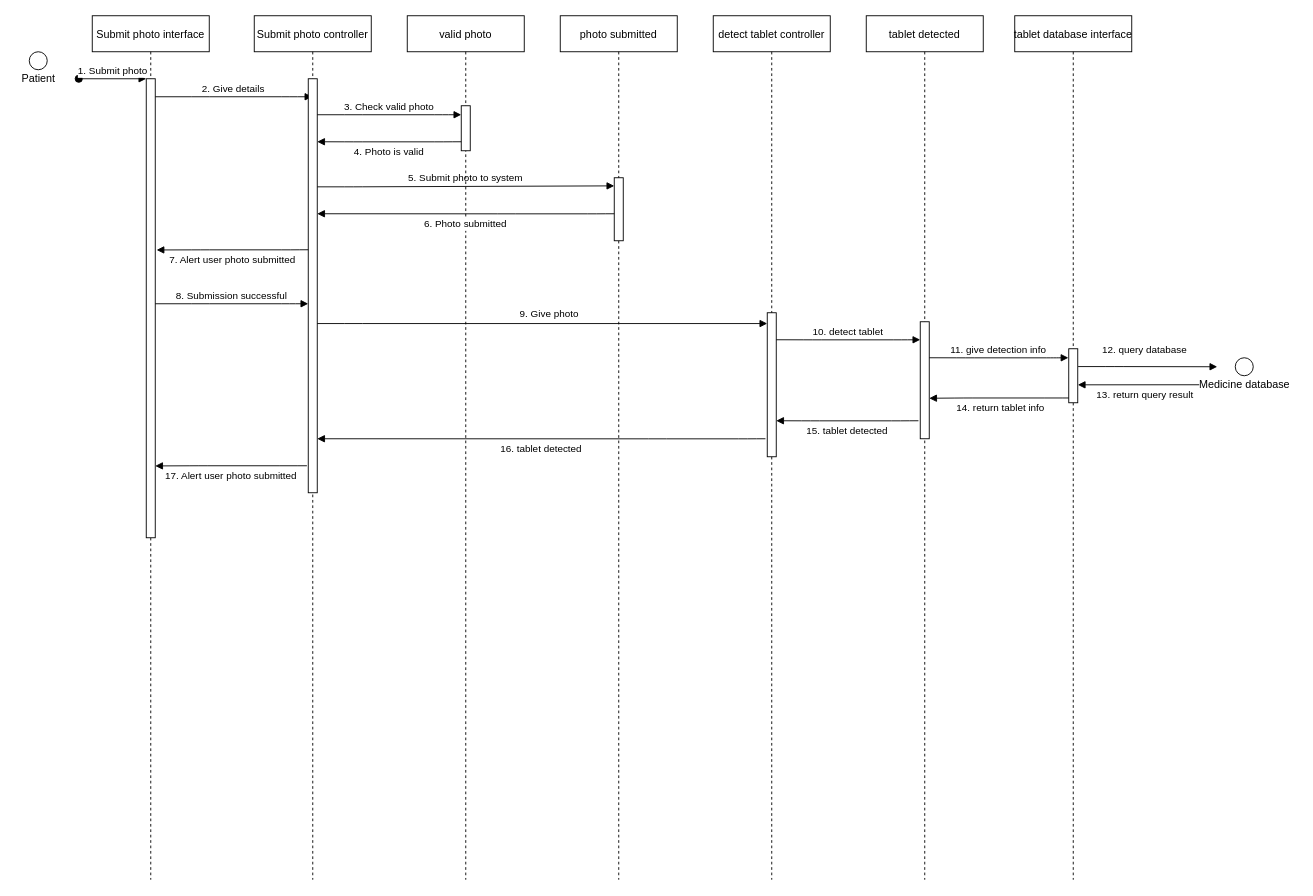
Before: public/Untitled Diagram.drawio in pinkishincoloragain/whoami, a draw.io diagram. Source tidied: cells renumbered, new cells numbered last; positions are measured from the earlier drawing's top-left corner, leaving out a move shared by most shapes. Both pictures are drawn from the tidied source at 90%, with x=0, y=0 at pixel (15, 15).
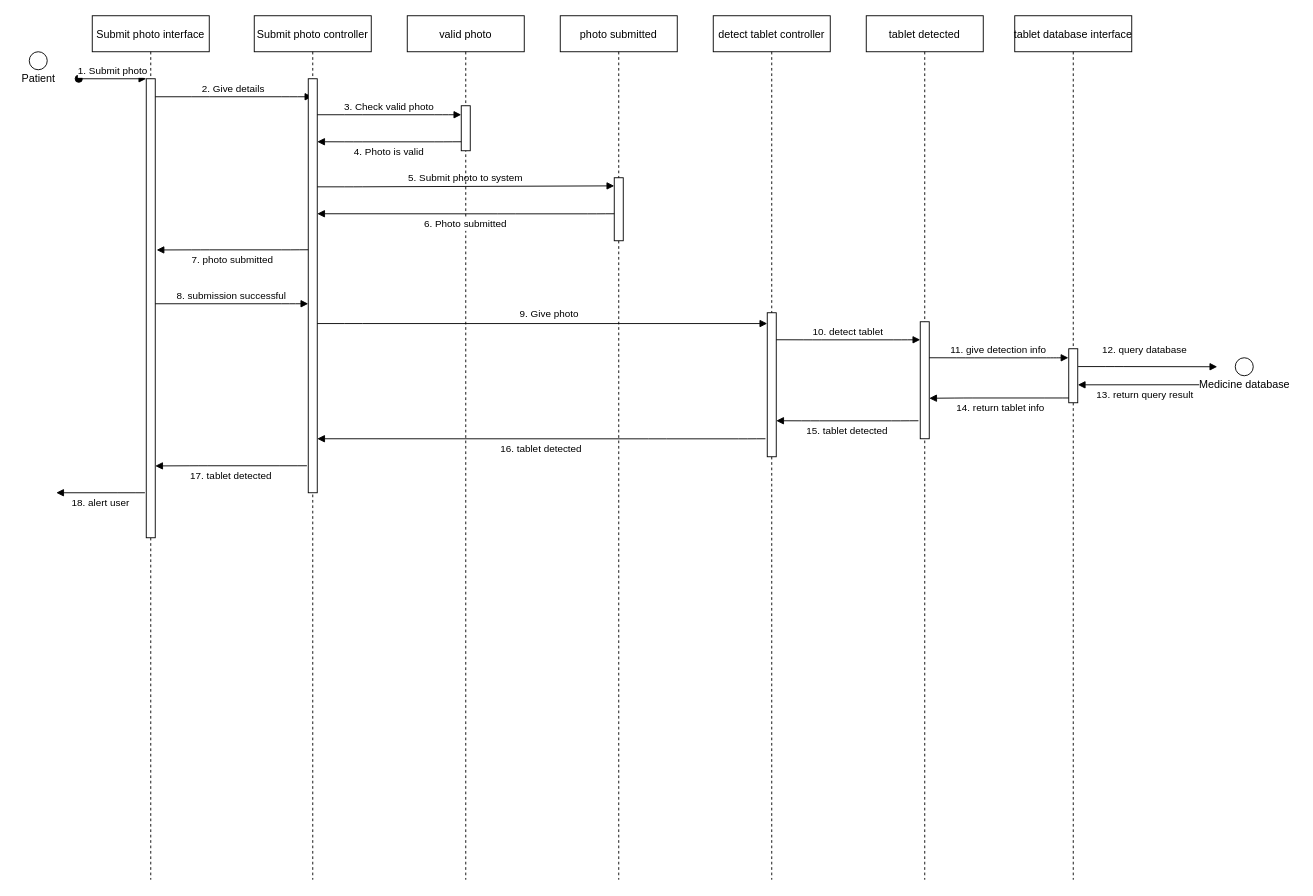
The same page after the edit.

The change refers to these unchanged cells:
```xml
<mxCell id="3" style="points=[];perimeter=orthogonalPerimeter;rounded=0;shadow=0;strokeWidth=1;" parent="2" vertex="1">
  <mxGeometry x="60" y="70" width="10" height="510" as="geometry" />
</mxCell>
```

Diff of the diagram source:
```diff
@@
-    <mxCell id="26" value="7. Alert user photo submitted" style="verticalAlign=bottom;endArrow=block;shadow=0;strokeWidth=1;entryX=1.152;entryY=0.373;entryDx=0;entryDy=0;entryPerimeter=0;" parent="1" edge="1" target="3">
+    <mxCell id="26" value="7. photo submitted" style="verticalAlign=bottom;endArrow=block;shadow=0;strokeWidth=1;entryX=1.152;entryY=0.373;entryDx=0;entryDy=0;entryPerimeter=0;" parent="1" edge="1" target="3">
       <mxGeometry y="20" relative="1" as="geometry">
         <mxPoint x="325" y="260" as="sourcePoint" />
         <Array as="points">
           <mxPoint x="305" y="260.1" />
           <mxPoint x="205" y="260.1" />
         </Array>
       </mxGeometry>
     </mxCell>
-    <mxCell id="27" value="8. Submission successful" style="verticalAlign=bottom;endArrow=block;shadow=0;strokeWidth=1;" parent="1" edge="1">
+    <mxCell id="27" value="8. submission successful" style="verticalAlign=bottom;endArrow=block;shadow=0;strokeWidth=1;" parent="1" edge="1">
       <mxGeometry relative="1" as="geometry">
         <mxPoint x="155" y="320" as="sourcePoint" />
         <mxPoint x="325" y="320" as="targetPoint" />
         <Array as="points">
-          <mxPoint x="205" y="320" />
           <mxPoint x="305" y="320" />
         </Array>
       </mxGeometry>
     </mxCell>
@@
-    <mxCell id="36" value="17. Alert user photo submitted" style="verticalAlign=bottom;endArrow=block;shadow=0;strokeWidth=1;entryX=1.152;entryY=0.373;entryDx=0;entryDy=0;entryPerimeter=0;" parent="1" edge="1">
+    <mxCell id="36" value="17. tablet detected" style="verticalAlign=bottom;endArrow=block;shadow=0;strokeWidth=1;entryX=1.152;entryY=0.373;entryDx=0;entryDy=0;entryPerimeter=0;" parent="1" edge="1">
       <mxGeometry y="20" relative="1" as="geometry">
         <mxPoint x="323.5" y="500" as="sourcePoint" />
         <mxPoint x="155" y="500.2" as="targetPoint" />
         <Array as="points">
           <mxPoint x="303.5" y="500" />
           <mxPoint x="203.5" y="500" />
         </Array>
       </mxGeometry>
     </mxCell>
+    <mxCell id="37" value="18. alert user" style="verticalAlign=bottom;endArrow=block;shadow=0;strokeWidth=1;" parent="1" edge="1">
+      <mxGeometry y="20" relative="1" as="geometry">
+        <mxPoint x="143.5" y="530" as="sourcePoint" />
+        <mxPoint x="45" y="530" as="targetPoint" />
+        <Array as="points">
+          <mxPoint x="123.5" y="530" />
+        </Array>
+      </mxGeometry>
+    </mxCell>
```
